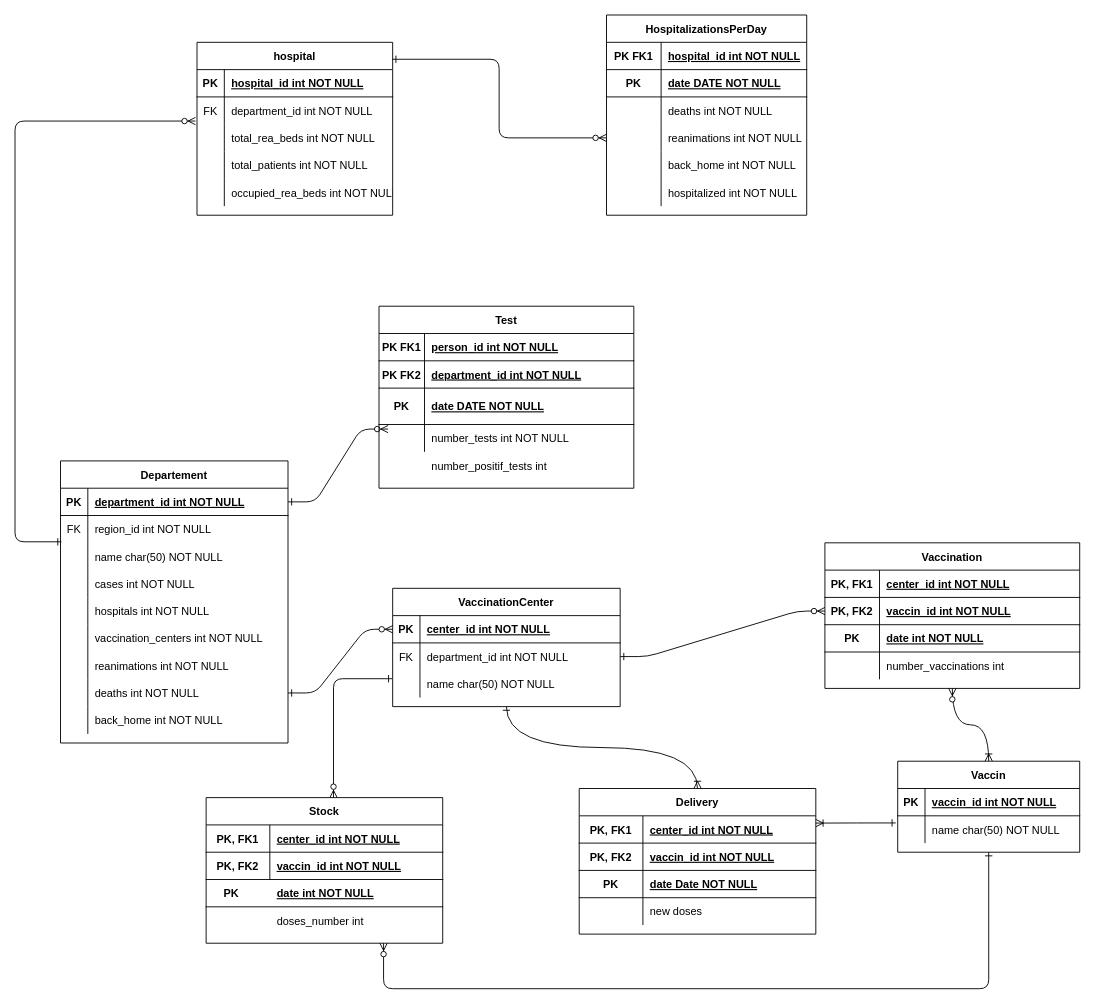
The draw.io diagram bda/projet.drawio in elhadjhamlaoui/bda, before the edit. Source tidied: cells renumbered, new cells numbered last; positions are measured from the earlier drawing's top-left corner, leaving out a move shared by most shapes. Both pictures are drawn from the tidied source at 91%, with x=0, y=0 at pixel (15, 15).
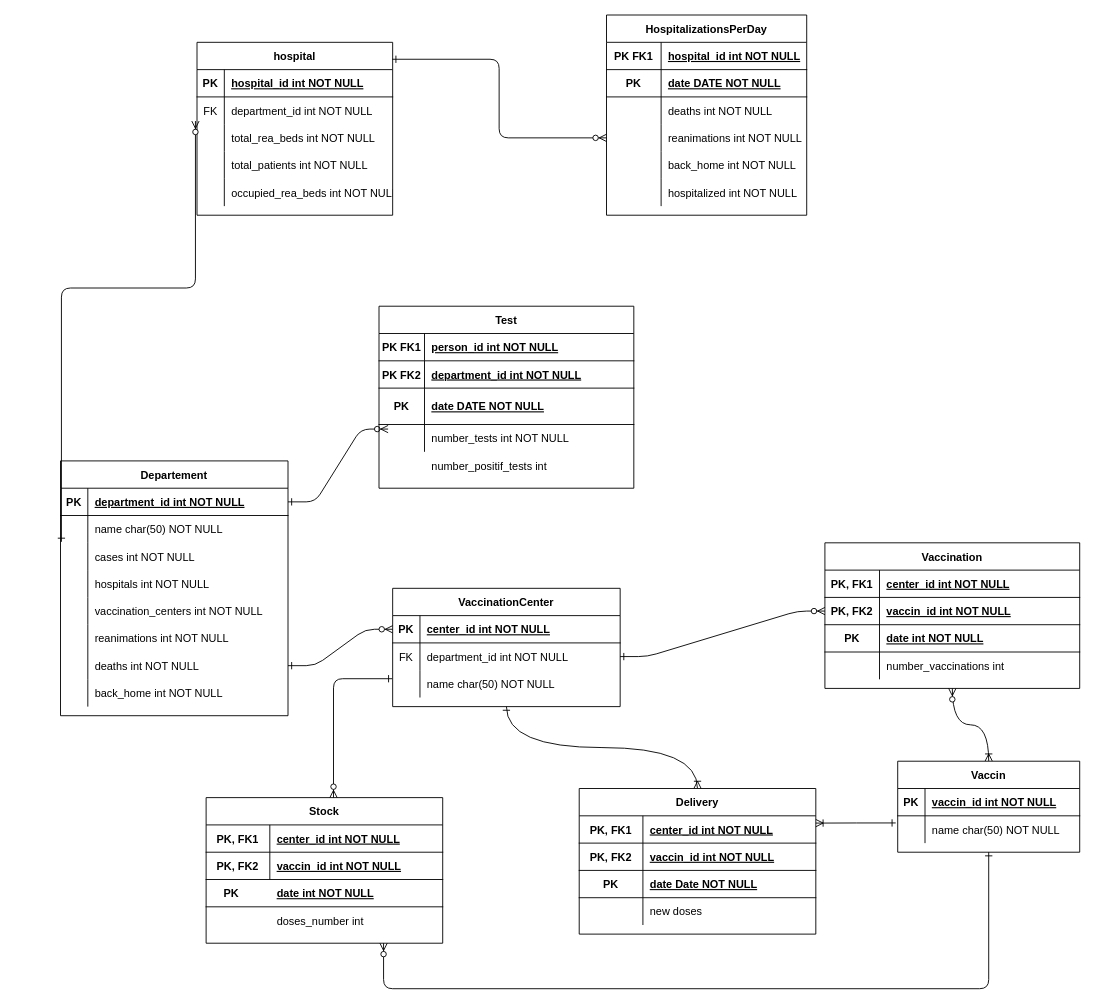
Above is the later version.

The change refers to these unchanged cells:
```xml
<mxCell id="108" style="shape=partialRectangle;fillColor=none;top=0;left=0;bottom=0;right=0;points=[[0,0.5],[1,0.5]];portConstraint=eastwest;" parent="101" vertex="1">
  <mxGeometry y="90" width="215" height="30" as="geometry" />
</mxCell>
```

Change to the diagram source:
```diff
@@
     <mxCell id="16" value="Departement" style="shape=table;startSize=30;childLayout=tableLayout;rowLines=0;fontStyle=1;align=center;" parent="1" vertex="1">
-      <mxGeometry x="50" y="490" width="250" height="310" as="geometry" />
+      <mxGeometry x="50" y="490" width="250" height="280" as="geometry" />
     </mxCell>
@@
-    <mxCell id="20" style="shape=partialRectangle;fillColor=none;top=0;left=0;bottom=0;right=0;points=[[0,0.5],[1,0.5]];portConstraint=eastwest;" parent="16" vertex="1">
-      <mxGeometry y="60" width="250" height="30" as="geometry" />
-    </mxCell>
-    <mxCell id="21" value="FK" style="shape=partialRectangle;fillColor=none;top=0;left=0;bottom=0;right=0;fontStyle=0;overflow=hidden;" parent="20" vertex="1">
-      <mxGeometry width="30" height="30" as="geometry" />
-    </mxCell>
-    <mxCell id="22" value="region_id int NOT NULL" style="shape=partialRectangle;fillColor=none;top=0;left=0;bottom=0;right=0;align=left;spacingLeft=6;fontStyle=0;overflow=hidden;" parent="20" vertex="1">
-      <mxGeometry x="30" width="220" height="30" as="geometry" />
-    </mxCell>
     <mxCell id="23" style="shape=partialRectangle;fillColor=none;top=0;left=0;right=0;bottom=0;" parent="16" vertex="1">
-      <mxGeometry y="90" width="250" height="30" as="geometry" />
+      <mxGeometry y="60" width="250" height="30" as="geometry" />
     </mxCell>
@@
     <mxCell id="26" style="shape=partialRectangle;fillColor=none;top=0;left=0;bottom=0;right=0;" parent="16" vertex="1">
-      <mxGeometry y="120" width="250" height="30" as="geometry" />
+      <mxGeometry y="90" width="250" height="30" as="geometry" />
     </mxCell>
@@
     <mxCell id="29" style="shape=partialRectangle;fillColor=none;top=0;left=0;bottom=0;right=0;" parent="16" vertex="1">
-      <mxGeometry y="150" width="250" height="30" as="geometry" />
+      <mxGeometry y="120" width="250" height="30" as="geometry" />
     </mxCell>
@@
     <mxCell id="32" style="shape=partialRectangle;fillColor=none;top=0;left=0;bottom=0;right=0;" parent="16" vertex="1">
-      <mxGeometry y="180" width="250" height="30" as="geometry" />
+      <mxGeometry y="150" width="250" height="30" as="geometry" />
     </mxCell>
@@
     <mxCell id="35" style="shape=partialRectangle;fillColor=none;top=0;left=0;bottom=0;right=0;" parent="16" vertex="1">
-      <mxGeometry y="210" width="250" height="30" as="geometry" />
+      <mxGeometry y="180" width="250" height="30" as="geometry" />
     </mxCell>
@@
     <mxCell id="38" style="shape=partialRectangle;fillColor=none;top=0;left=0;bottom=0;right=0;points=[[0,0.5],[1,0.5]];portConstraint=eastwest;" parent="16" vertex="1">
-      <mxGeometry y="240" width="250" height="30" as="geometry" />
+      <mxGeometry y="210" width="250" height="30" as="geometry" />
     </mxCell>
@@
     <mxCell id="41" style="shape=partialRectangle;fillColor=none;top=0;left=0;bottom=0;right=0;" parent="16" vertex="1">
-      <mxGeometry y="270" width="250" height="30" as="geometry" />
+      <mxGeometry y="240" width="250" height="30" as="geometry" />
     </mxCell>
@@
-    <mxCell id="117" style="edgeStyle=elbowEdgeStyle;endArrow=ERzeroToMany;startArrow=ERone;endFill=1;startFill=0;entryX=-0.008;entryY=-0.116;entryDx=0;entryDy=0;entryPerimeter=0;exitX=0.004;exitY=0.963;exitDx=0;exitDy=0;exitPerimeter=0;elbow=vertical;" parent="1" edge="1" source="20" target="108">
+    <mxCell id="117" style="edgeStyle=elbowEdgeStyle;endArrow=ERzeroToMany;startArrow=ERone;endFill=1;startFill=0;entryX=-0.008;entryY=-0.116;entryDx=0;entryDy=0;entryPerimeter=0;exitX=0.004;exitY=0.963;exitDx=0;exitDy=0;exitPerimeter=0;elbow=vertical;" parent="1" edge="1" target="108">
       <mxGeometry relative="1" as="geometry">
+        <mxPoint x="51" y="578.9" as="sourcePoint" />
         <Array as="points">
           <mxPoint y="300" />
         </Array>
       </mxGeometry>
     </mxCell>
```
